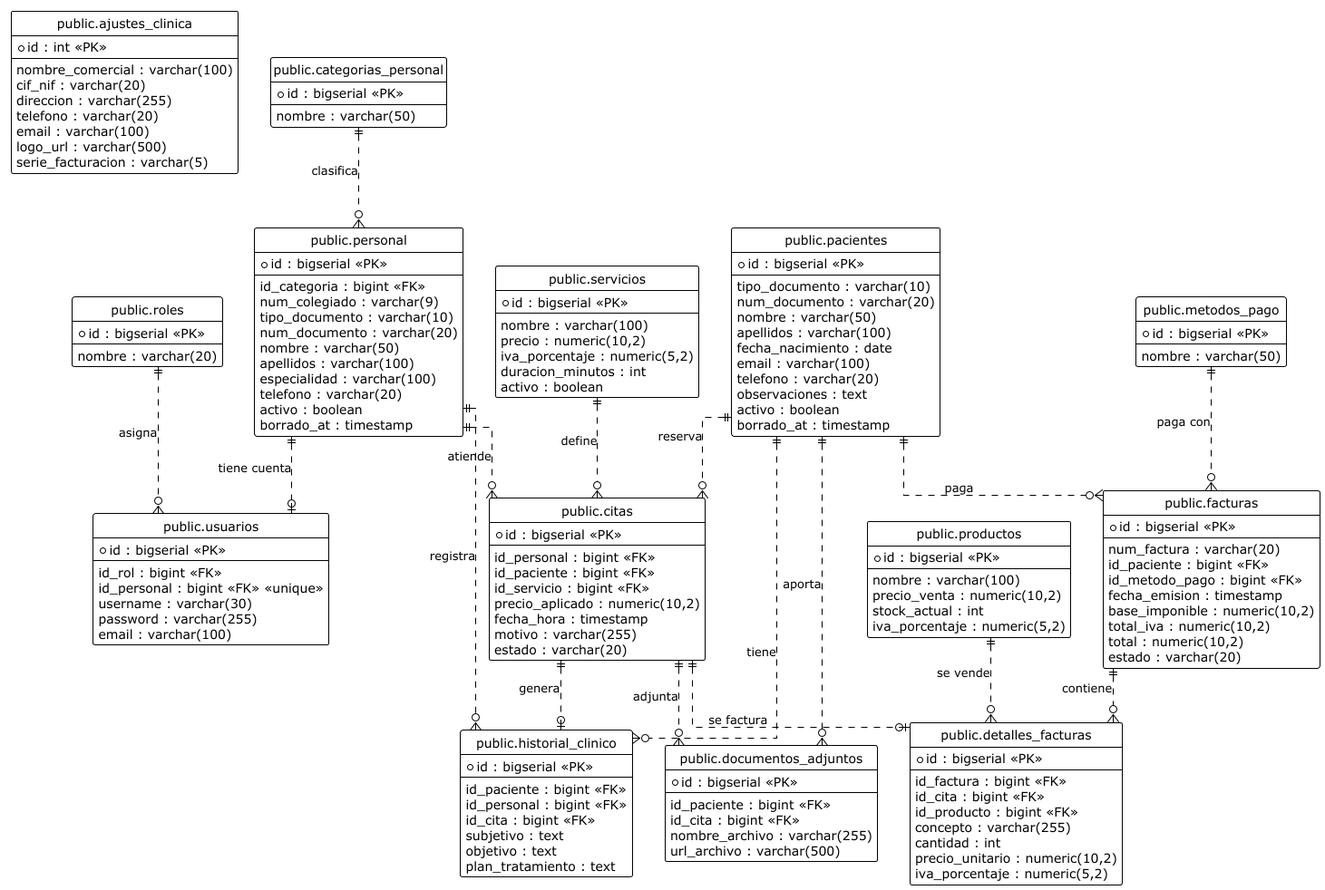
This is docs/bbdd/uml-entidad-relacion.png from jotajota-rpa/clinica-fisioterapia, a PlantUML export, as it was before one commit.
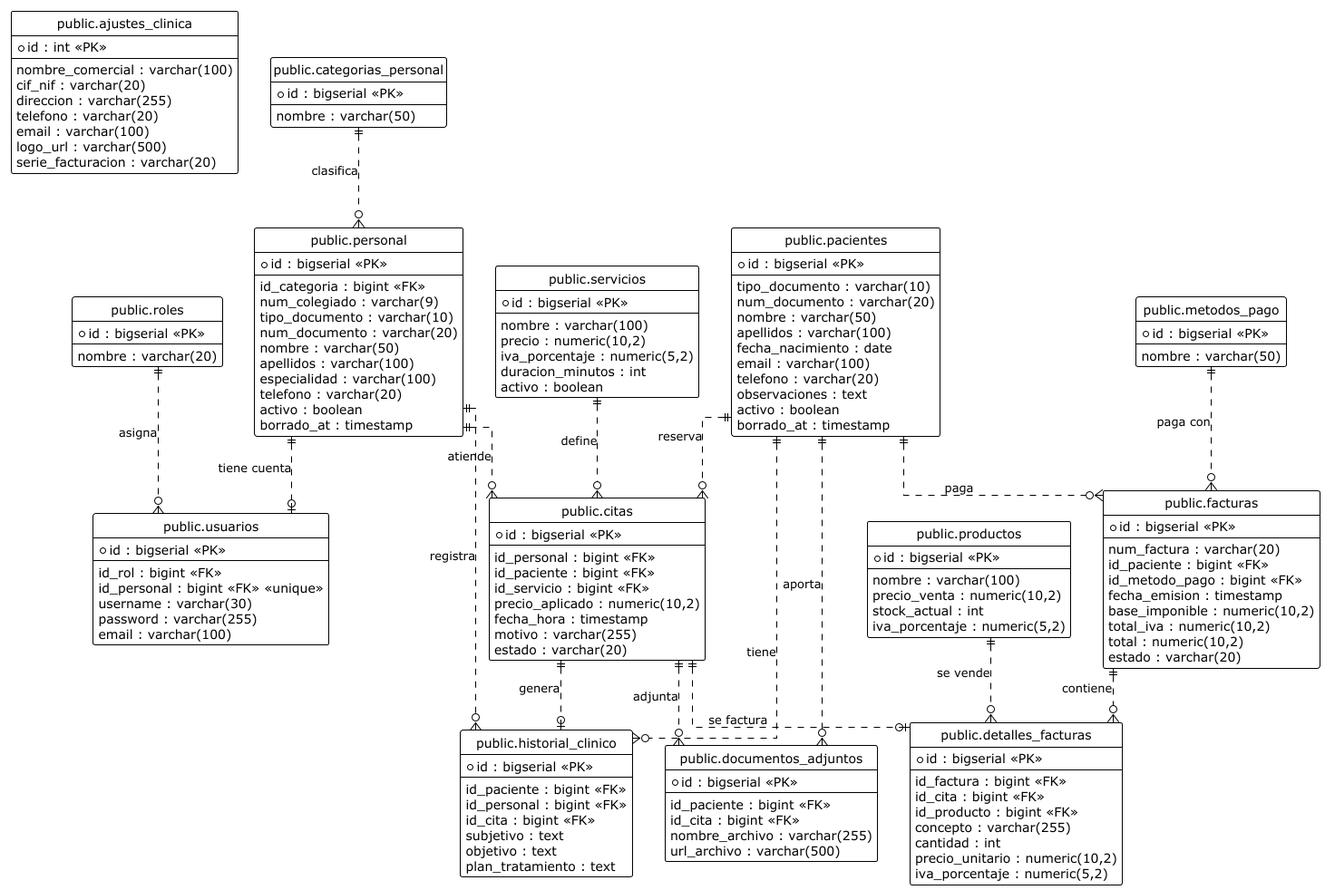
After the commit.

The edit, as a diff of the source:
```diff
@@ -13,7 +13,7 @@
   telefono : varchar(20)
   email : varchar(100)
   logo_url : varchar(500)
-  serie_facturacion : varchar(5)
+  serie_facturacion : varchar(20)
 }
 
 entity "public.categorias_personal" as cats {
```
